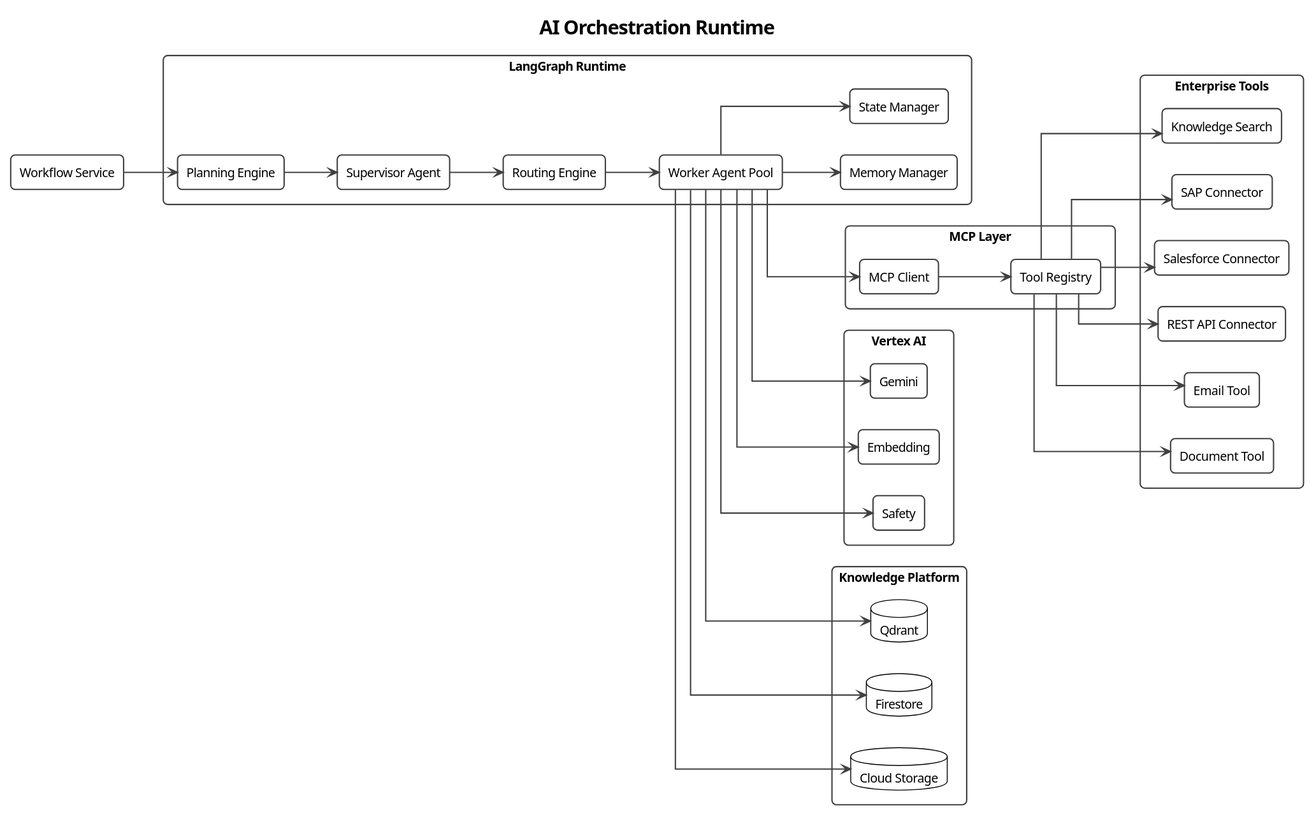
Above: docs/diagrams/c4/03-agent-runtime-architecture.svg in pjagdaley/enterprise-ai-orchestration-platform (PlantUML), before the change.
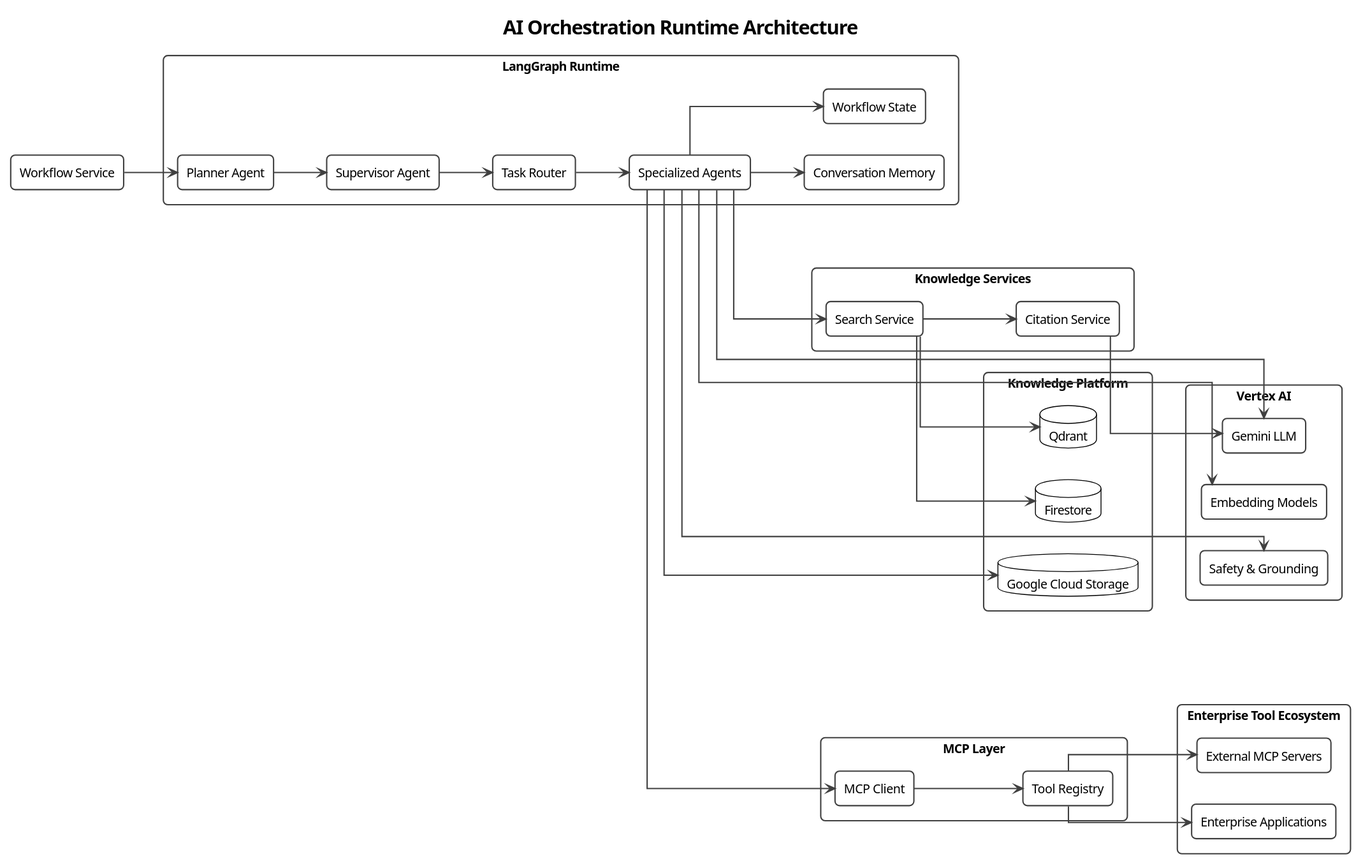
The same diagram one commit later.

The edit, as a diff of the source:
```diff
@@ -3,7 +3,7 @@
 !theme plain
 
 title Enterprise AI Orchestration Platform
-title AI Orchestration Runtime
+title AI Orchestration Runtime Architecture
 
 left to right direction
 
@@ -31,17 +31,26 @@
 
 package "LangGraph Runtime" {
 
-rectangle "Planning Engine" as Planner
+rectangle "Planner Agent" as Planner
 
 rectangle "Supervisor Agent" as Supervisor
 
-rectangle "Worker Agent Pool" as Workers
+rectangle "Task Router" as Router
 
-rectangle "Memory Manager" as Memory
+rectangle "Specialized Agents" as Agents
 
-rectangle "Routing Engine" as Router
+rectangle "Conversation Memory" as Memory
 
-rectangle "State Manager" as State
+rectangle "Workflow State" as State
+
+}
+
+
+package "Knowledge Services" {
+
+rectangle "Search Service" as Search
+
+rectangle "Citation Service" as Citation
 
 }
 
@@ -55,41 +64,33 @@
 }
 
 
-package "Enterprise Tools" {
+package "Enterprise Tool Ecosystem" {
 
-rectangle "Knowledge Search"
+rectangle "External MCP Servers" as MCPServers
 
-rectangle "SAP Connector"
-
-rectangle "Salesforce Connector"
-
-rectangle "REST API Connector"
-
-rectangle "Email Tool"
-
-rectangle "Document Tool"
+rectangle "Enterprise Applications" as EnterpriseApps
 
 }
 
 
 package "Vertex AI" {
 
-rectangle "Gemini"
+rectangle "Gemini LLM" as Gemini
 
-rectangle "Embedding"
+rectangle "Embedding Models" as Embedding
 
-rectangle "Safety"
+rectangle "Safety & Grounding" as Safety
 
 }
 
 
 package "Knowledge Platform" {
 
-database "Qdrant"
+database "Qdrant" as Qdrant
 
-database "Firestore"
+database "Firestore" as Firestore
 
-database "Cloud Storage"
+database "Google Cloud Storage" as GCS
 
 }
 
@@ -100,37 +101,35 @@
 
 Supervisor --> Router
 
-Router --> Workers
+Router --> Agents
 
-Workers --> Memory
+Agents --> Memory
 
-Workers --> State
+Agents --> State
 
-Workers --> Gemini
+Agents --> Gemini
 
-Workers --> Embedding
+Agents --> Embedding
 
-Workers --> Safety
+Agents --> Safety
 
-Workers --> MCP
+Agents --> Search
+
+Search --> Qdrant
+
+Search --> Firestore
+
+Search --> Citation
+
+Citation --> Gemini
+
+Agents --> MCP
 
 MCP --> Registry
 
-Registry --> "Knowledge Search"
+Registry --> MCPServers
 
-Registry --> "SAP Connector"
+Registry --> EnterpriseApps
 
-Registry --> "Salesforce Connector"
-
-Registry --> "REST API Connector"
-
-Registry --> "Email Tool"
-
-Registry --> "Document Tool"
-
-Workers --> Qdrant
-
-Workers --> Firestore
-
-Workers --> "Cloud Storage"
+Agents --> GCS
 @enduml
```
